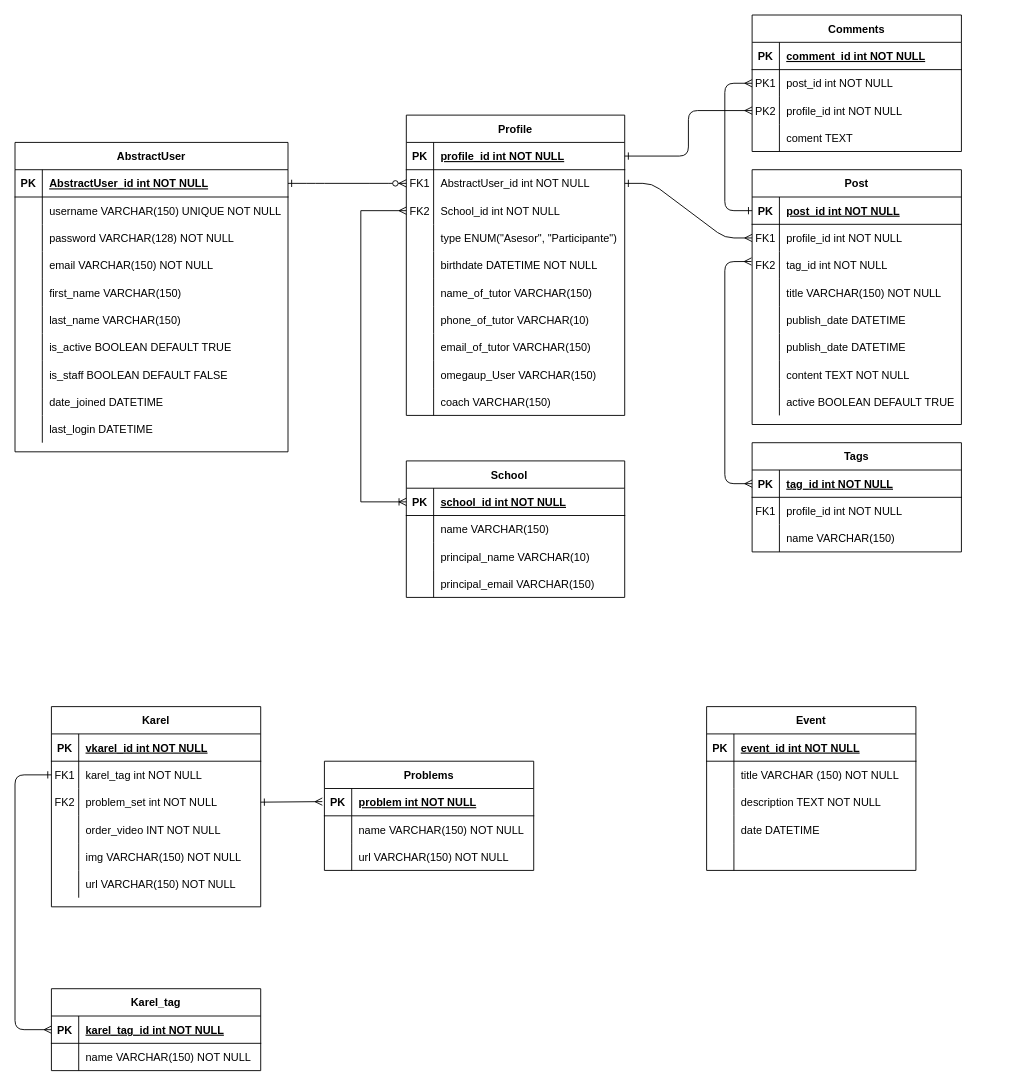
Earlier version of the draw.io diagram OMICHH_ERM.drawio (LaloRivero/omichh-ERM). Source tidied: cells renumbered, new cells numbered last; positions are measured from the earlier drawing's top-left corner, leaving out a move shared by most shapes. Both pictures are drawn from the tidied source at 91%, with x=0, y=0 at pixel (15, 15).
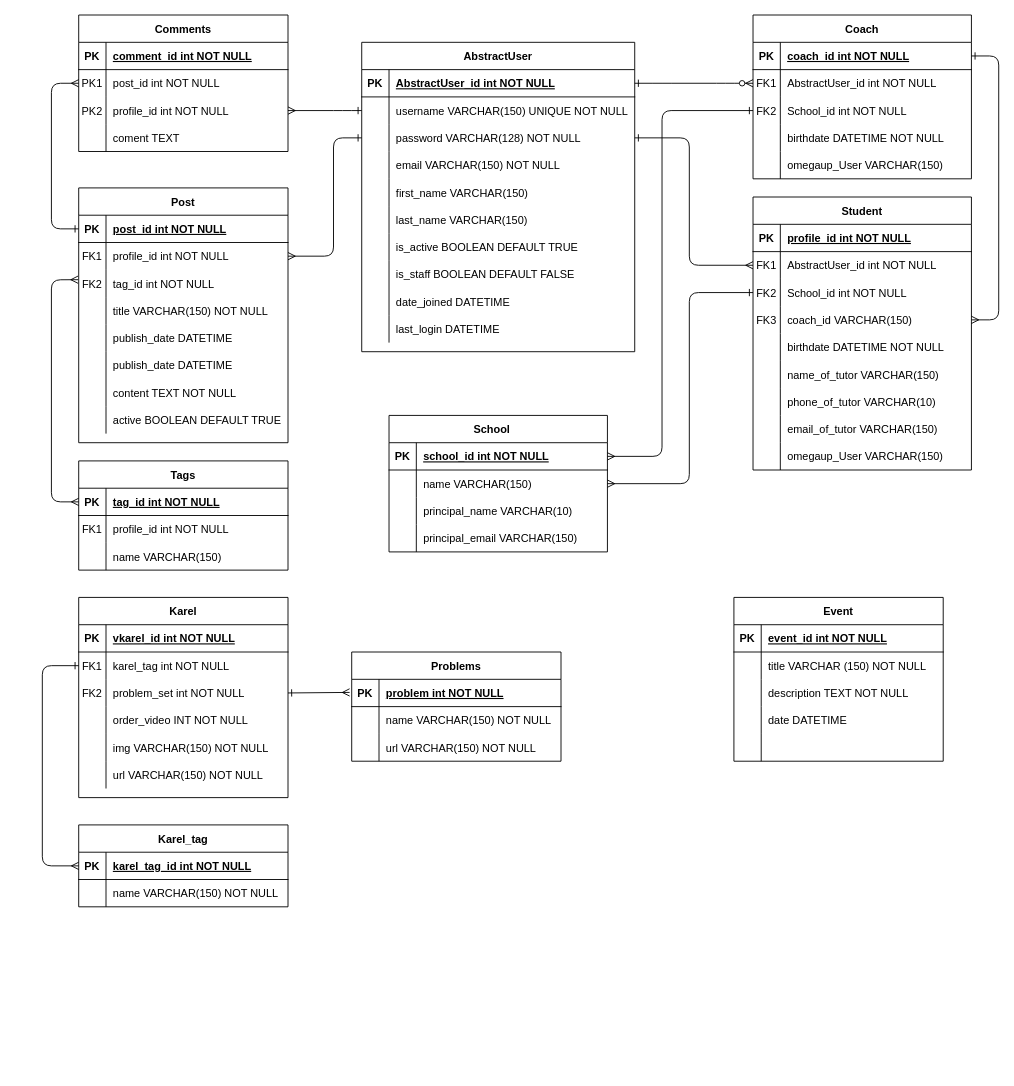
Above is the later version.

Unchanged cells that the change refers to:
```xml
<mxCell id="4" style="shape=partialRectangle;fillColor=none;points=[[0,0.5],[1,0.5]];portConstraint=eastwest;top=0;left=0;right=0;bottom=1;" parent="3" vertex="1">
  <mxGeometry y="30" width="240" height="30" as="geometry" />
</mxCell>
<mxCell id="7" style="shape=partialRectangle;fillColor=none;points=[[0,0.5],[1,0.5]];portConstraint=eastwest;top=0;left=0;right=0;bottom=0;" parent="3" vertex="1">
  <mxGeometry y="60" width="240" height="30" as="geometry" />
</mxCell>
<mxCell id="10" style="shape=partialRectangle;fillColor=none;points=[[0,0.5],[1,0.5]];portConstraint=eastwest;top=0;left=0;right=0;bottom=0;" parent="3" vertex="1">
  <mxGeometry y="90" width="240" height="30" as="geometry" />
</mxCell>
<mxCell id="38" style="shape=partialRectangle;fillColor=none;points=[[0,0.5],[1,0.5]];portConstraint=eastwest;top=0;left=0;right=0;bottom=0;" parent="34" vertex="1">
  <mxGeometry y="60" width="300" height="30" as="geometry" />
</mxCell>
<mxCell id="41" style="shape=partialRectangle;fillColor=none;points=[[0,0.5],[1,0.5]];portConstraint=eastwest;top=0;left=0;right=0;bottom=0;" parent="34" vertex="1">
  <mxGeometry y="90" width="300" height="30" as="geometry" />
</mxCell>
<mxCell id="66" style="shape=partialRectangle;fillColor=none;points=[[0,0.5],[1,0.5]];portConstraint=eastwest;top=0;left=0;right=0;bottom=1;" parent="65" vertex="1">
  <mxGeometry y="30" width="240" height="30" as="geometry" />
</mxCell>
<mxCell id="69" style="shape=partialRectangle;fillColor=none;points=[[0,0.5],[1,0.5]];portConstraint=eastwest;top=0;left=0;right=0;bottom=0;" parent="65" vertex="1">
  <mxGeometry y="60" width="240" height="30" as="geometry" />
</mxCell>
<mxCell id="80" style="shape=partialRectangle;fillColor=none;points=[[0,0.5],[1,0.5]];portConstraint=eastwest;top=0;left=0;right=0;bottom=1;" parent="79" vertex="1">
  <mxGeometry y="30" width="230" height="30" as="geometry" />
</mxCell>
<mxCell id="83" style="shape=partialRectangle;fillColor=none;points=[[0,0.5],[1,0.5]];portConstraint=eastwest;top=0;left=0;right=0;bottom=0;" parent="79" vertex="1">
  <mxGeometry y="60" width="230" height="30" as="geometry" />
</mxCell>
<mxCell id="86" style="shape=partialRectangle;fillColor=none;points=[[0,0.5],[1,0.5]];portConstraint=eastwest;top=0;left=0;right=0;bottom=0;" parent="79" vertex="1">
  <mxGeometry y="90" width="230" height="30" as="geometry" />
</mxCell>
<mxCell id="106" style="shape=partialRectangle;fillColor=none;points=[[0,0.5],[1,0.5]];portConstraint=eastwest;top=0;left=0;right=0;bottom=1;" parent="105" vertex="1">
  <mxGeometry y="30" width="230" height="30" as="geometry" />
</mxCell>
<mxCell id="120" style="shape=partialRectangle;fillColor=none;points=[[0,0.5],[1,0.5]];portConstraint=eastwest;top=0;left=0;right=0;bottom=0;" parent="116" vertex="1">
  <mxGeometry y="60" width="230" height="30" as="geometry" />
</mxCell>
<mxCell id="123" style="shape=partialRectangle;fillColor=none;points=[[0,0.5],[1,0.5]];portConstraint=eastwest;top=0;left=0;right=0;bottom=0;" parent="116" vertex="1">
  <mxGeometry y="90" width="230" height="30" as="geometry" />
</mxCell>
<mxCell id="135" style="shape=partialRectangle;fillColor=none;points=[[0,0.5],[1,0.5]];portConstraint=eastwest;top=0;left=0;right=0;bottom=0;" parent="131" vertex="1">
  <mxGeometry y="60" width="230" height="30" as="geometry" />
</mxCell>
<mxCell id="151" style="shape=partialRectangle;fillColor=none;points=[[0,0.5],[1,0.5]];portConstraint=eastwest;top=0;left=0;right=0;bottom=1;" parent="150" vertex="1">
  <mxGeometry y="30" width="230" height="30" as="geometry" />
</mxCell>
```

What changed in the source:
```diff
@@
-    <mxCell id="3" value="Profile" style="shape=table;startSize=30;childLayout=tableLayout;rowLines=0;fontStyle=1;align=center;" parent="1" vertex="1">
-      <mxGeometry x="430" y="110" width="240" height="330" as="geometry" />
+    <mxCell id="3" value="Coach" style="shape=table;startSize=30;childLayout=tableLayout;rowLines=0;fontStyle=1;align=center;" parent="1" vertex="1">
+      <mxGeometry x="811" width="240" height="180" as="geometry" />
     </mxCell>
@@
-    <mxCell id="6" value="profile_id int NOT NULL " style="shape=partialRectangle;overflow=hidden;fillColor=none;top=0;left=0;bottom=0;right=0;align=left;spacingLeft=6;fontStyle=5;" parent="4" vertex="1">
+    <mxCell id="6" value="coach_id int NOT NULL " style="shape=partialRectangle;overflow=hidden;fillColor=none;top=0;left=0;bottom=0;right=0;align=left;spacingLeft=6;fontStyle=5;" parent="4" vertex="1">
       <mxGeometry x="30" width="210" height="30" as="geometry" />
     </mxCell>
@@
-    <mxCell id="13" style="shape=partialRectangle;fillColor=none;points=[[0,0.5],[1,0.5]];portConstraint=eastwest;top=0;left=0;right=0;bottom=0;" parent="3" vertex="1">
-      <mxGeometry y="120" width="240" height="30" as="geometry" />
-    </mxCell>
-    <mxCell id="14" style="shape=partialRectangle;overflow=hidden;fillColor=none;top=0;left=0;bottom=0;right=0;" parent="13" vertex="1">
-      <mxGeometry width="30" height="30" as="geometry" />
-    </mxCell>
-    <mxCell id="15" value="type ENUM(&quot;Asesor&quot;, &quot;Participante&quot;)" style="shape=partialRectangle;overflow=hidden;fillColor=none;top=0;left=0;bottom=0;right=0;align=left;spacingLeft=6;" parent="13" vertex="1">
-      <mxGeometry x="30" width="210" height="30" as="geometry" />
-    </mxCell>
     <mxCell id="16" style="shape=partialRectangle;fillColor=none;top=0;left=0;right=0;bottom=0;" parent="3" vertex="1">
-      <mxGeometry y="150" width="240" height="30" as="geometry" />
+      <mxGeometry y="120" width="240" height="30" as="geometry" />
     </mxCell>
@@
-    <mxCell id="19" style="shape=partialRectangle;fillColor=none;top=0;left=0;right=0;bottom=0;" parent="3" vertex="1">
-      <mxGeometry y="180" width="240" height="30" as="geometry" />
-    </mxCell>
-    <mxCell id="20" style="shape=partialRectangle;overflow=hidden;fillColor=none;top=0;left=0;bottom=0;right=0;" parent="19" vertex="1">
-      <mxGeometry width="30" height="30" as="geometry" />
-    </mxCell>
-    <mxCell id="21" value="name_of_tutor VARCHAR(150)" style="shape=partialRectangle;overflow=hidden;fillColor=none;top=0;left=0;bottom=0;right=0;align=left;spacingLeft=6;" parent="19" vertex="1">
-      <mxGeometry x="30" width="210" height="30" as="geometry" />
-    </mxCell>
-    <mxCell id="22" style="shape=partialRectangle;fillColor=none;top=0;left=0;right=0;bottom=0;" parent="3" vertex="1">
-      <mxGeometry y="210" width="240" height="30" as="geometry" />
-    </mxCell>
-    <mxCell id="23" style="shape=partialRectangle;overflow=hidden;fillColor=none;top=0;left=0;bottom=0;right=0;" parent="22" vertex="1">
-      <mxGeometry width="30" height="30" as="geometry" />
-    </mxCell>
-    <mxCell id="24" value="phone_of_tutor VARCHAR(10)" style="shape=partialRectangle;overflow=hidden;fillColor=none;top=0;left=0;bottom=0;right=0;align=left;spacingLeft=6;" parent="22" vertex="1">
-      <mxGeometry x="30" width="210" height="30" as="geometry" />
-    </mxCell>
-    <mxCell id="25" style="shape=partialRectangle;fillColor=none;top=0;left=0;right=0;bottom=0;" parent="3" vertex="1">
-      <mxGeometry y="240" width="240" height="30" as="geometry" />
-    </mxCell>
-    <mxCell id="26" style="shape=partialRectangle;overflow=hidden;fillColor=none;top=0;left=0;bottom=0;right=0;" parent="25" vertex="1">
-      <mxGeometry width="30" height="30" as="geometry" />
-    </mxCell>
-    <mxCell id="27" value="email_of_tutor VARCHAR(150)" style="shape=partialRectangle;overflow=hidden;fillColor=none;top=0;left=0;bottom=0;right=0;align=left;spacingLeft=6;" parent="25" vertex="1">
-      <mxGeometry x="30" width="210" height="30" as="geometry" />
-    </mxCell>
     <mxCell id="28" style="shape=partialRectangle;fillColor=none;top=0;left=0;right=0;bottom=0;" parent="3" vertex="1">
-      <mxGeometry y="270" width="240" height="30" as="geometry" />
+      <mxGeometry y="150" width="240" height="30" as="geometry" />
     </mxCell>
@@
-    <mxCell id="31" style="shape=partialRectangle;fillColor=none;top=0;left=0;right=0;bottom=0;" parent="3" vertex="1">
-      <mxGeometry y="300" width="240" height="30" as="geometry" />
-    </mxCell>
-    <mxCell id="32" style="shape=partialRectangle;overflow=hidden;fillColor=none;top=0;left=0;bottom=0;right=0;" parent="31" vertex="1">
-      <mxGeometry width="30" height="30" as="geometry" />
-    </mxCell>
-    <mxCell id="33" value="coach VARCHAR(150)" style="shape=partialRectangle;overflow=hidden;fillColor=none;top=0;left=0;bottom=0;right=0;align=left;spacingLeft=6;" parent="31" vertex="1">
-      <mxGeometry x="30" width="210" height="30" as="geometry" />
-    </mxCell>
     <mxCell id="34" value="AbstractUser" style="shape=table;startSize=30;childLayout=tableLayout;rowLines=0;fontStyle=1;align=center;" parent="1" vertex="1">
-      <mxGeometry y="140" width="300" height="340" as="geometry" />
+      <mxGeometry x="381" y="30" width="300" height="340" as="geometry" />
     </mxCell>
@@
     <mxCell id="65" value="School    " style="shape=table;startSize=30;childLayout=tableLayout;rowLines=0;fontStyle=1;align=center;" parent="1" vertex="1">
-      <mxGeometry x="430" y="490" width="240" height="150" as="geometry" />
+      <mxGeometry x="411" y="440" width="240" height="150" as="geometry" />
     </mxCell>
@@
-    <mxCell id="78" style="edgeStyle=orthogonalEdgeStyle;rounded=0;jettySize=auto;html=1;entryX=0;entryY=0.5;entryDx=0;entryDy=0;startArrow=ERoneToMany;startFill=0;endArrow=ERmany;endFill=0;exitX=0;exitY=0.5;exitDx=0;exitDy=0;" parent="1" edge="1" source="66" target="10">
-      <mxGeometry relative="1" as="geometry">
-        <Array as="points">
-          <mxPoint x="380" y="535" />
-          <mxPoint x="380" y="215" />
-        </Array>
-      </mxGeometry>
-    </mxCell>
     <mxCell id="79" value="Post" style="shape=table;startSize=30;childLayout=tableLayout;rowLines=0;fontStyle=1;align=center;" parent="1" vertex="1">
-      <mxGeometry x="810" y="170" width="230" height="280" as="geometry" />
+      <mxGeometry x="70" y="190" width="230" height="280" as="geometry" />
     </mxCell>
@@
-    <mxCell id="104" style="edgeStyle=entityRelationEdgeStyle;endArrow=ERmany;startArrow=ERone;endFill=0;startFill=0;entryX=0;entryY=0.5;entryDx=0;entryDy=0;exitX=1;exitY=0.5;exitDx=0;exitDy=0;" parent="1" edge="1" source="7" target="83">
-      <mxGeometry relative="1" as="geometry" />
-    </mxCell>
     <mxCell id="105" value="Tags" style="shape=table;startSize=30;childLayout=tableLayout;rowLines=0;fontStyle=1;align=center;" parent="1" vertex="1">
-      <mxGeometry x="810" y="470" width="230" height="120" as="geometry" />
+      <mxGeometry x="70" y="490" width="230" height="120" as="geometry" />
     </mxCell>
@@
     <mxCell id="115" style="endArrow=ERmany;html=1;entryX=-0.003;entryY=0.362;entryDx=0;entryDy=0;entryPerimeter=0;exitX=0;exitY=0.5;exitDx=0;exitDy=0;startArrow=ERmany;startFill=0;endFill=0;" parent="1" edge="1" source="106" target="86">
       <mxGeometry relative="1" as="geometry">
         <Array as="points">
-          <mxPoint x="780" y="515" />
-          <mxPoint x="780" y="271" />
+          <mxPoint x="40" y="535" />
+          <mxPoint x="40" y="291" />
         </Array>
       </mxGeometry>
     </mxCell>
     <mxCell id="116" value="Comments" style="shape=table;startSize=30;childLayout=tableLayout;rowLines=0;fontStyle=1;align=center;" parent="1" vertex="1">
-      <mxGeometry x="810" width="230" height="150" as="geometry" />
+      <mxGeometry x="70" width="230" height="150" as="geometry" />
     </mxCell>
@@
-    <mxCell id="129" style="endArrow=ERmany;html=1;exitX=1;exitY=0.5;exitDx=0;exitDy=0;entryX=0;entryY=0.5;entryDx=0;entryDy=0;startArrow=ERone;startFill=0;endFill=0;" parent="1" edge="1" source="4" target="123">
+    <mxCell id="129" style="endArrow=ERmany;html=1;entryX=1;entryY=0.5;entryDx=0;entryDy=0;startArrow=ERone;startFill=0;endFill=0;exitX=0;exitY=0.5;exitDx=0;exitDy=0;" parent="1" edge="1" source="38" target="123">
       <mxGeometry relative="1" as="geometry">
         <Array as="points">
-          <mxPoint x="740" y="155" />
-          <mxPoint x="740" y="105" />
+          <mxPoint x="360" y="105" />
         </Array>
       </mxGeometry>
     </mxCell>
     <mxCell id="130" style="endArrow=ERmany;html=1;entryX=0;entryY=0.5;entryDx=0;entryDy=0;exitX=0;exitY=0.5;exitDx=0;exitDy=0;startArrow=ERone;startFill=0;endFill=0;" parent="1" edge="1" source="80" target="120">
       <mxGeometry relative="1" as="geometry">
         <Array as="points">
-          <mxPoint x="780" y="215" />
-          <mxPoint x="780" y="75" />
+          <mxPoint x="40" y="235" />
+          <mxPoint x="40" y="75" />
         </Array>
       </mxGeometry>
     </mxCell>
     <mxCell id="131" value="Karel" style="shape=table;startSize=30;childLayout=tableLayout;rowLines=0;fontStyle=1;align=center;" parent="1" vertex="1">
-      <mxGeometry x="40" y="760" width="230" height="220" as="geometry" />
+      <mxGeometry x="70" y="640" width="230" height="220" as="geometry" />
     </mxCell>
@@
     <mxCell id="150" value="Karel_tag" style="shape=table;startSize=30;childLayout=tableLayout;rowLines=0;fontStyle=1;align=center;" parent="1" vertex="1">
-      <mxGeometry x="40" y="1070" width="230" height="90" as="geometry" />
+      <mxGeometry x="70" y="890" width="230" height="90" as="geometry" />
     </mxCell>
@@
     <mxCell id="157" value="Problems" style="shape=table;startSize=30;childLayout=tableLayout;rowLines=0;fontStyle=1;align=center;" parent="1" vertex="1">
-      <mxGeometry x="340" y="820" width="230" height="120" as="geometry" />
+      <mxGeometry x="370" y="700" width="230" height="120" as="geometry" />
     </mxCell>
@@
     <mxCell id="168" style="endArrow=ERone;html=1;entryX=0;entryY=0.5;entryDx=0;entryDy=0;exitX=0;exitY=0.5;exitDx=0;exitDy=0;startArrow=ERmany;startFill=0;endFill=0;" parent="1" edge="1" source="151" target="135">
       <mxGeometry relative="1" as="geometry">
         <Array as="points">
-          <mxPoint y="1115" />
-          <mxPoint y="835" />
+          <mxPoint x="30" y="935" />
+          <mxPoint x="30" y="715" />
         </Array>
       </mxGeometry>
     </mxCell>
     <mxCell id="169" value="Event" style="shape=table;startSize=30;childLayout=tableLayout;rowLines=0;fontStyle=1;align=center;" parent="1" vertex="1">
-      <mxGeometry x="760" y="760" width="230" height="180" as="geometry" />
+      <mxGeometry x="790" y="640" width="230" height="180" as="geometry" />
     </mxCell>
@@
+    <mxCell id="185" value="Student" style="shape=table;startSize=30;childLayout=tableLayout;rowLines=0;fontStyle=1;align=center;" parent="1" vertex="1">
+      <mxGeometry x="811" y="200" width="240" height="300" as="geometry" />
+    </mxCell>
+    <mxCell id="186" style="shape=partialRectangle;fillColor=none;top=0;left=0;right=0;bottom=1;" parent="185" vertex="1">
+      <mxGeometry y="30" width="240" height="30" as="geometry" />
+    </mxCell>
+    <mxCell id="187" value="PK" style="shape=partialRectangle;overflow=hidden;fillColor=none;top=0;left=0;bottom=0;right=0;fontStyle=1;" parent="186" vertex="1">
+      <mxGeometry width="30" height="30" as="geometry" />
+    </mxCell>
+    <mxCell id="188" value="profile_id int NOT NULL " style="shape=partialRectangle;overflow=hidden;fillColor=none;top=0;left=0;bottom=0;right=0;align=left;spacingLeft=6;fontStyle=5;" parent="186" vertex="1">
+      <mxGeometry x="30" width="210" height="30" as="geometry" />
+    </mxCell>
+    <mxCell id="189" style="shape=partialRectangle;fillColor=none;points=[[0,0.5],[1,0.5]];portConstraint=eastwest;top=0;left=0;right=0;bottom=0;" parent="185" vertex="1">
+      <mxGeometry y="60" width="240" height="30" as="geometry" />
+    </mxCell>
+    <mxCell id="190" value="FK1" style="shape=partialRectangle;overflow=hidden;fillColor=none;top=0;left=0;bottom=0;right=0;" parent="189" vertex="1">
+      <mxGeometry width="30" height="30" as="geometry" />
+    </mxCell>
+    <mxCell id="191" value="AbstractUser_id int NOT NULL" style="shape=partialRectangle;overflow=hidden;fillColor=none;top=0;left=0;bottom=0;right=0;align=left;spacingLeft=6;" parent="189" vertex="1">
+      <mxGeometry x="30" width="210" height="30" as="geometry" />
+    </mxCell>
+    <mxCell id="192" style="shape=partialRectangle;fillColor=none;points=[[0,0.5],[1,0.5]];portConstraint=eastwest;top=0;left=0;right=0;bottom=0;" parent="185" vertex="1">
+      <mxGeometry y="90" width="240" height="30" as="geometry" />
+    </mxCell>
+    <mxCell id="193" value="FK2" style="shape=partialRectangle;overflow=hidden;fillColor=none;top=0;left=0;bottom=0;right=0;" parent="192" vertex="1">
+      <mxGeometry width="30" height="30" as="geometry" />
+    </mxCell>
+    <mxCell id="194" value="School_id int NOT NULL" style="shape=partialRectangle;overflow=hidden;fillColor=none;top=0;left=0;bottom=0;right=0;align=left;spacingLeft=6;" parent="192" vertex="1">
+      <mxGeometry x="30" width="210" height="30" as="geometry" />
+    </mxCell>
+    <mxCell id="13" style="shape=partialRectangle;fillColor=none;points=[[0,0.5],[1,0.5]];portConstraint=eastwest;top=0;left=0;right=0;bottom=0;" parent="185" vertex="1">
+      <mxGeometry y="120" width="240" height="30" as="geometry" />
+    </mxCell>
+    <mxCell id="195" value="FK3" style="shape=partialRectangle;overflow=hidden;fillColor=none;top=0;left=0;bottom=0;right=0;" parent="13" vertex="1">
+      <mxGeometry width="30" height="30" as="geometry" />
+    </mxCell>
+    <mxCell id="196" value="coach_id VARCHAR(150)" style="shape=partialRectangle;overflow=hidden;fillColor=none;top=0;left=0;bottom=0;right=0;align=left;spacingLeft=6;" parent="13" vertex="1">
+      <mxGeometry x="30" width="210" height="30" as="geometry" />
+    </mxCell>
+    <mxCell id="197" style="shape=partialRectangle;fillColor=none;top=0;left=0;right=0;bottom=0;" parent="185" vertex="1">
+      <mxGeometry y="150" width="240" height="30" as="geometry" />
+    </mxCell>
+    <mxCell id="198" style="shape=partialRectangle;overflow=hidden;fillColor=none;top=0;left=0;bottom=0;right=0;" parent="197" vertex="1">
+      <mxGeometry width="30" height="30" as="geometry" />
+    </mxCell>
+    <mxCell id="199" value="birthdate DATETIME NOT NULL" style="shape=partialRectangle;overflow=hidden;fillColor=none;top=0;left=0;bottom=0;right=0;align=left;spacingLeft=6;" parent="197" vertex="1">
+      <mxGeometry x="30" width="210" height="30" as="geometry" />
+    </mxCell>
+    <mxCell id="19" style="shape=partialRectangle;fillColor=none;top=0;left=0;right=0;bottom=0;" parent="185" vertex="1">
+      <mxGeometry y="180" width="240" height="30" as="geometry" />
+    </mxCell>
+    <mxCell id="200" style="shape=partialRectangle;overflow=hidden;fillColor=none;top=0;left=0;bottom=0;right=0;" parent="19" vertex="1">
+      <mxGeometry width="30" height="30" as="geometry" />
+    </mxCell>
+    <mxCell id="21" value="name_of_tutor VARCHAR(150)" style="shape=partialRectangle;overflow=hidden;fillColor=none;top=0;left=0;bottom=0;right=0;align=left;spacingLeft=6;" parent="19" vertex="1">
+      <mxGeometry x="30" width="210" height="30" as="geometry" />
+    </mxCell>
+    <mxCell id="22" style="shape=partialRectangle;fillColor=none;top=0;left=0;right=0;bottom=0;" parent="185" vertex="1">
+      <mxGeometry y="210" width="240" height="30" as="geometry" />
+    </mxCell>
+    <mxCell id="201" style="shape=partialRectangle;overflow=hidden;fillColor=none;top=0;left=0;bottom=0;right=0;" parent="22" vertex="1">
+      <mxGeometry width="30" height="30" as="geometry" />
+    </mxCell>
+    <mxCell id="24" value="phone_of_tutor VARCHAR(10)" style="shape=partialRectangle;overflow=hidden;fillColor=none;top=0;left=0;bottom=0;right=0;align=left;spacingLeft=6;" parent="22" vertex="1">
+      <mxGeometry x="30" width="210" height="30" as="geometry" />
+    </mxCell>
+    <mxCell id="25" style="shape=partialRectangle;fillColor=none;top=0;left=0;right=0;bottom=0;" parent="185" vertex="1">
+      <mxGeometry y="240" width="240" height="30" as="geometry" />
+    </mxCell>
+    <mxCell id="202" style="shape=partialRectangle;overflow=hidden;fillColor=none;top=0;left=0;bottom=0;right=0;" parent="25" vertex="1">
+      <mxGeometry width="30" height="30" as="geometry" />
+    </mxCell>
+    <mxCell id="27" value="email_of_tutor VARCHAR(150)" style="shape=partialRectangle;overflow=hidden;fillColor=none;top=0;left=0;bottom=0;right=0;align=left;spacingLeft=6;" parent="25" vertex="1">
+      <mxGeometry x="30" width="210" height="30" as="geometry" />
+    </mxCell>
+    <mxCell id="203" style="shape=partialRectangle;fillColor=none;top=0;left=0;right=0;bottom=0;" parent="185" vertex="1">
+      <mxGeometry y="270" width="240" height="30" as="geometry" />
+    </mxCell>
+    <mxCell id="204" style="shape=partialRectangle;overflow=hidden;fillColor=none;top=0;left=0;bottom=0;right=0;" parent="203" vertex="1">
+      <mxGeometry width="30" height="30" as="geometry" />
+    </mxCell>
+    <mxCell id="205" value="omegaup_User VARCHAR(150)" style="shape=partialRectangle;overflow=hidden;fillColor=none;top=0;left=0;bottom=0;right=0;align=left;spacingLeft=6;" parent="203" vertex="1">
+      <mxGeometry x="30" width="210" height="30" as="geometry" />
+    </mxCell>
+    <mxCell id="206" style="endArrow=ERone;html=1;exitX=1;exitY=0.5;exitDx=0;exitDy=0;entryX=1;entryY=0.5;entryDx=0;entryDy=0;startArrow=ERmany;startFill=0;endFill=0;" parent="1" edge="1" source="13" target="4">
+      <mxGeometry relative="1" as="geometry">
+        <Array as="points">
+          <mxPoint x="1081" y="335" />
+          <mxPoint x="1081" y="45" />
+        </Array>
+      </mxGeometry>
+    </mxCell>
+    <mxCell id="207" style="endArrow=ERmany;html=1;exitX=1;exitY=0.5;exitDx=0;exitDy=0;entryX=0;entryY=0.5;entryDx=0;entryDy=0;endFill=0;startArrow=ERone;startFill=0;" parent="1" edge="1" source="41" target="189">
+      <mxGeometry relative="1" as="geometry">
+        <Array as="points">
+          <mxPoint x="741" y="135" />
+          <mxPoint x="741" y="275" />
+        </Array>
+      </mxGeometry>
+    </mxCell>
+    <mxCell id="78" style="endArrow=ERone;html=1;entryX=0;entryY=0.5;entryDx=0;entryDy=0;exitX=1;exitY=0.5;exitDx=0;exitDy=0;startArrow=ERmany;startFill=0;endFill=0;" parent="1" edge="1" source="66" target="10">
+      <mxGeometry relative="1" as="geometry">
+        <Array as="points">
+          <mxPoint x="711" y="485" />
+          <mxPoint x="711" y="105" />
+        </Array>
+      </mxGeometry>
+    </mxCell>
+    <mxCell id="208" style="endArrow=ERone;html=1;entryX=0;entryY=0.5;entryDx=0;entryDy=0;exitX=1;exitY=0.5;exitDx=0;exitDy=0;startArrow=ERmany;startFill=0;endFill=0;" parent="1" edge="1" source="69" target="192">
+      <mxGeometry relative="1" as="geometry">
+        <Array as="points">
+          <mxPoint x="741" y="515" />
+          <mxPoint x="741" y="305" />
+        </Array>
+      </mxGeometry>
+    </mxCell>
+    <mxCell id="209" style="endArrow=ERmany;html=1;entryX=1;entryY=0.5;entryDx=0;entryDy=0;exitX=0;exitY=0.5;exitDx=0;exitDy=0;startArrow=ERone;startFill=0;endFill=0;" parent="1" edge="1" source="41" target="83">
+      <mxGeometry relative="1" as="geometry">
+        <Array as="points">
+          <mxPoint x="350" y="135" />
+          <mxPoint x="350" y="265" />
+        </Array>
+      </mxGeometry>
+    </mxCell>
```
